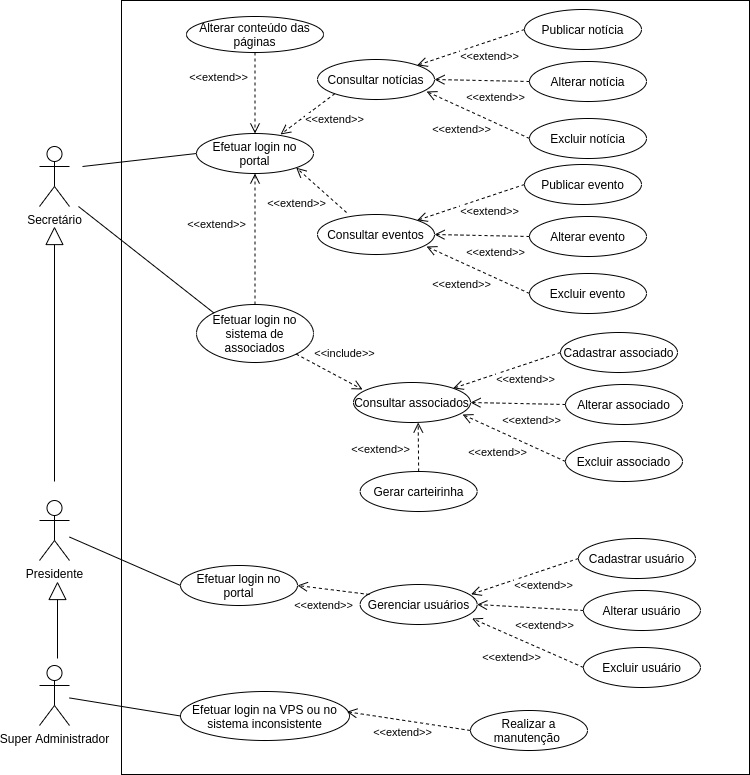
Above: figuras/use-case-2.png in guilhermeDTNA/tcc (draw.io), before the change. Source tidied: cells renumbered, new cells last; positions are measured from the earlier drawing's top-left corner, leaving out a move shared by most shapes.
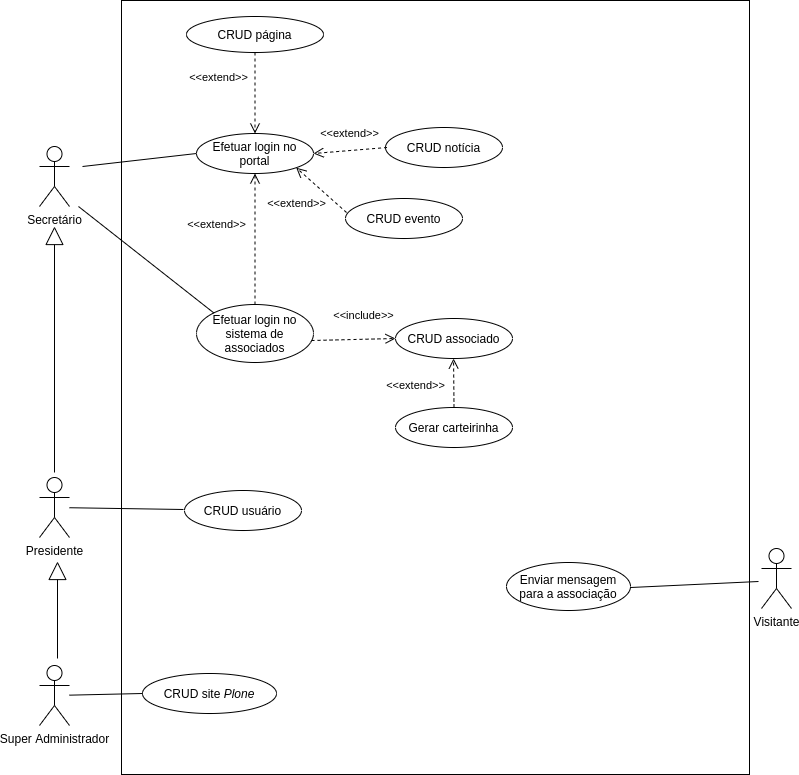
Above is the later version.

Commit message:
Concluindo os fluxos de eventos e atualizando o diagrama de casos de uso

The edit, as a diff of the source:
```diff
@@ -3,194 +3,109 @@
     <mxCell id="0" />
     <mxCell id="1" parent="0" />
     <mxCell id="2" style="html=1;" parent="1" vertex="1">
-      <mxGeometry x="82" width="628" height="774" as="geometry" />
+      <mxGeometry x="67" y="-5" width="628" height="774" as="geometry" />
     </mxCell>
     <mxCell id="3" value="Super Administrador" style="shape=umlActor;verticalLabelPosition=bottom;labelBackgroundColor=#ffffff;verticalAlign=top;html=1;" parent="1" vertex="1">
-      <mxGeometry y="665" width="30" height="60" as="geometry" />
+      <mxGeometry x="-15" y="660" width="30" height="60" as="geometry" />
     </mxCell>
     <mxCell id="4" value="Presidente" style="shape=umlActor;verticalLabelPosition=bottom;labelBackgroundColor=#ffffff;verticalAlign=top;html=1;" parent="1" vertex="1">
-      <mxGeometry y="500" width="30" height="60" as="geometry" />
+      <mxGeometry x="-15" y="472" width="30" height="60" as="geometry" />
     </mxCell>
     <mxCell id="5" value="Secretário" style="shape=umlActor;verticalLabelPosition=bottom;labelBackgroundColor=#ffffff;verticalAlign=top;html=1;" parent="1" vertex="1">
-      <mxGeometry y="146" width="30" height="60" as="geometry" />
+      <mxGeometry x="-15" y="141" width="30" height="60" as="geometry" />
     </mxCell>
     <mxCell id="6" style="endArrow=block;endSize=16;endFill=0;html=1;" parent="1" edge="1">
       <mxGeometry relative="1" as="geometry">
-        <mxPoint x="15" y="481" as="sourcePoint" />
-        <mxPoint x="15" y="226" as="targetPoint" />
+        <mxPoint y="467" as="sourcePoint" />
+        <mxPoint y="221" as="targetPoint" />
       </mxGeometry>
     </mxCell>
-    <mxCell id="7" value="Consultar notícias" style="ellipse;whiteSpace=wrap;html=1;" parent="1" vertex="1">
-      <mxGeometry x="278" y="59" width="117" height="40" as="geometry" />
+    <mxCell id="7" value="CRUD notícia" style="ellipse;whiteSpace=wrap;html=1;" parent="1" vertex="1">
+      <mxGeometry x="331" y="122" width="117" height="40" as="geometry" />
     </mxCell>
-    <mxCell id="8" value="Publicar notícia" style="ellipse;whiteSpace=wrap;html=1;" parent="1" vertex="1">
-      <mxGeometry x="485" y="9" width="117" height="40" as="geometry" />
-    </mxCell>
-    <mxCell id="9" value="Alterar notícia" style="ellipse;whiteSpace=wrap;html=1;" parent="1" vertex="1">
-      <mxGeometry x="490" y="61" width="117" height="40" as="geometry" />
-    </mxCell>
-    <mxCell id="10" value="Excluir notícia" style="ellipse;whiteSpace=wrap;html=1;" parent="1" vertex="1">
-      <mxGeometry x="490" y="118" width="117" height="40" as="geometry" />
-    </mxCell>
-    <mxCell id="11" value="&amp;lt;&amp;lt;extend&amp;gt;&amp;gt;" style="html=1;verticalAlign=bottom;endArrow=open;dashed=1;endSize=8;exitX=0;exitY=0.5;exitDx=0;exitDy=0;entryX=0.932;entryY=0.8;entryDx=0;entryDy=0;entryPerimeter=0;" parent="1" edge="1">
-      <mxGeometry x="0.09" y="28" relative="1" as="geometry">
-        <mxPoint x="490" y="138" as="sourcePoint" />
-        <mxPoint x="387" y="91" as="targetPoint" />
-      </mxGeometry>
-    </mxCell>
-    <mxCell id="12" value="&amp;lt;&amp;lt;extend&amp;gt;&amp;gt;" style="html=1;verticalAlign=bottom;endArrow=open;dashed=1;endSize=8;exitX=0;exitY=0.5;exitDx=0;exitDy=0;entryX=1;entryY=0.5;entryDx=0;entryDy=0;" parent="1" edge="1" source="9" target="7">
-      <mxGeometry x="-0.3" y="26" relative="1" as="geometry" />
-    </mxCell>
-    <mxCell id="13" value="&amp;lt;&amp;lt;extend&amp;gt;&amp;gt;" style="html=1;verticalAlign=bottom;endArrow=open;dashed=1;endSize=8;exitX=0;exitY=0.5;exitDx=0;exitDy=0;entryX=1;entryY=0;entryDx=0;entryDy=0;" parent="1" edge="1" source="8" target="7">
-      <mxGeometry x="-0.21" y="23" relative="1" as="geometry" />
-    </mxCell>
-    <mxCell id="14" value="Consultar&amp;nbsp;eventos" style="ellipse;whiteSpace=wrap;html=1;" parent="1" vertex="1">
-      <mxGeometry x="278" y="214" width="117" height="40" as="geometry" />
-    </mxCell>
-    <mxCell id="15" value="Publicar&amp;nbsp;evento" style="ellipse;whiteSpace=wrap;html=1;" parent="1" vertex="1">
-      <mxGeometry x="485" y="164" width="117" height="40" as="geometry" />
-    </mxCell>
-    <mxCell id="16" value="Alterar evento" style="ellipse;whiteSpace=wrap;html=1;" parent="1" vertex="1">
-      <mxGeometry x="490" y="216" width="117" height="40" as="geometry" />
+    <mxCell id="16" value="CRUD evento" style="ellipse;whiteSpace=wrap;html=1;" parent="1" vertex="1">
+      <mxGeometry x="291" y="193" width="117" height="40" as="geometry" />
     </mxCell>
-    <mxCell id="17" value="Excluir evento" style="ellipse;whiteSpace=wrap;html=1;" parent="1" vertex="1">
-      <mxGeometry x="490" y="273" width="117" height="40" as="geometry" />
-    </mxCell>
-    <mxCell id="18" value="&amp;lt;&amp;lt;extend&amp;gt;&amp;gt;" style="html=1;verticalAlign=bottom;endArrow=open;dashed=1;endSize=8;exitX=0;exitY=0.5;exitDx=0;exitDy=0;entryX=0.932;entryY=0.8;entryDx=0;entryDy=0;entryPerimeter=0;" parent="1" edge="1">
-      <mxGeometry x="0.09" y="28" relative="1" as="geometry">
-        <mxPoint x="490" y="293" as="sourcePoint" />
-        <mxPoint x="387" y="246" as="targetPoint" />
-      </mxGeometry>
-    </mxCell>
-    <mxCell id="19" value="&amp;lt;&amp;lt;extend&amp;gt;&amp;gt;" style="html=1;verticalAlign=bottom;endArrow=open;dashed=1;endSize=8;exitX=0;exitY=0.5;exitDx=0;exitDy=0;entryX=1;entryY=0.5;entryDx=0;entryDy=0;" parent="1" edge="1" source="16" target="14">
-      <mxGeometry x="-0.3" y="26" relative="1" as="geometry" />
-    </mxCell>
-    <mxCell id="20" value="&amp;lt;&amp;lt;extend&amp;gt;&amp;gt;" style="html=1;verticalAlign=bottom;endArrow=open;dashed=1;endSize=8;exitX=0;exitY=0.5;exitDx=0;exitDy=0;entryX=1;entryY=0;entryDx=0;entryDy=0;" parent="1" edge="1" source="15" target="14">
-      <mxGeometry x="-0.21" y="23" relative="1" as="geometry" />
-    </mxCell>
-    <mxCell id="21" value="Gerenciar usuários" style="ellipse;whiteSpace=wrap;html=1;" parent="1" vertex="1">
-      <mxGeometry x="320.6" y="584" width="117" height="40" as="geometry" />
-    </mxCell>
-    <mxCell id="22" value="Cadastrar usuário" style="ellipse;whiteSpace=wrap;html=1;" parent="1" vertex="1">
-      <mxGeometry x="539" y="538" width="117" height="40" as="geometry" />
-    </mxCell>
-    <mxCell id="23" value="Alterar usuário" style="ellipse;whiteSpace=wrap;html=1;" parent="1" vertex="1">
-      <mxGeometry x="544" y="590" width="117" height="40" as="geometry" />
+    <mxCell id="23" value="CRUD usuário" style="ellipse;whiteSpace=wrap;html=1;" parent="1" vertex="1">
+      <mxGeometry x="130" y="485" width="117" height="40" as="geometry" />
     </mxCell>
-    <mxCell id="24" value="Excluir usuário" style="ellipse;whiteSpace=wrap;html=1;" parent="1" vertex="1">
-      <mxGeometry x="544" y="647" width="117" height="40" as="geometry" />
-    </mxCell>
-    <mxCell id="25" value="&amp;lt;&amp;lt;extend&amp;gt;&amp;gt;" style="html=1;verticalAlign=bottom;endArrow=open;dashed=1;endSize=8;exitX=0;exitY=0.5;exitDx=0;exitDy=0;entryX=0.957;entryY=0.85;entryDx=0;entryDy=0;entryPerimeter=0;" parent="1" edge="1" target="21">
-      <mxGeometry x="0.09" y="28" relative="1" as="geometry">
-        <mxPoint x="544" y="667" as="sourcePoint" />
-      </mxGeometry>
-    </mxCell>
-    <mxCell id="26" value="&amp;lt;&amp;lt;extend&amp;gt;&amp;gt;" style="html=1;verticalAlign=bottom;endArrow=open;dashed=1;endSize=8;exitX=0;exitY=0.5;exitDx=0;exitDy=0;entryX=1;entryY=0.5;entryDx=0;entryDy=0;" parent="1" edge="1" source="23" target="21">
-      <mxGeometry x="-0.3" y="26" relative="1" as="geometry" />
-    </mxCell>
-    <mxCell id="27" value="&amp;lt;&amp;lt;extend&amp;gt;&amp;gt;" style="html=1;verticalAlign=bottom;endArrow=open;dashed=1;endSize=8;exitX=0;exitY=0.5;exitDx=0;exitDy=0;entryX=1;entryY=0;entryDx=0;entryDy=0;" parent="1" edge="1" source="22">
-      <mxGeometry x="-0.21" y="23" relative="1" as="geometry">
-        <mxPoint x="431.6" y="593.8" as="targetPoint" />
-      </mxGeometry>
-    </mxCell>
-    <mxCell id="28" value="Consultar associados" style="ellipse;whiteSpace=wrap;html=1;" parent="1" vertex="1">
-      <mxGeometry x="314" y="382" width="117" height="40" as="geometry" />
-    </mxCell>
-    <mxCell id="29" value="Cadastrar associado" style="ellipse;whiteSpace=wrap;html=1;" parent="1" vertex="1">
-      <mxGeometry x="521" y="332" width="117" height="40" as="geometry" />
-    </mxCell>
-    <mxCell id="30" value="Alterar associado" style="ellipse;whiteSpace=wrap;html=1;" parent="1" vertex="1">
-      <mxGeometry x="526" y="384" width="117" height="40" as="geometry" />
+    <mxCell id="30" value="CRUD associado" style="ellipse;whiteSpace=wrap;html=1;" parent="1" vertex="1">
+      <mxGeometry x="341" y="313" width="117" height="40" as="geometry" />
     </mxCell>
-    <mxCell id="31" value="Excluir associado" style="ellipse;whiteSpace=wrap;html=1;" parent="1" vertex="1">
-      <mxGeometry x="526" y="441" width="117" height="40" as="geometry" />
-    </mxCell>
-    <mxCell id="32" value="&amp;lt;&amp;lt;extend&amp;gt;&amp;gt;" style="html=1;verticalAlign=bottom;endArrow=open;dashed=1;endSize=8;exitX=0;exitY=0.5;exitDx=0;exitDy=0;entryX=0.932;entryY=0.8;entryDx=0;entryDy=0;entryPerimeter=0;" parent="1" edge="1">
-      <mxGeometry x="0.09" y="28" relative="1" as="geometry">
-        <mxPoint x="526" y="461" as="sourcePoint" />
-        <mxPoint x="423" y="414" as="targetPoint" />
-      </mxGeometry>
-    </mxCell>
-    <mxCell id="33" value="&amp;lt;&amp;lt;extend&amp;gt;&amp;gt;" style="html=1;verticalAlign=bottom;endArrow=open;dashed=1;endSize=8;exitX=0;exitY=0.5;exitDx=0;exitDy=0;entryX=1;entryY=0.5;entryDx=0;entryDy=0;" parent="1" edge="1" source="30" target="28">
-      <mxGeometry x="-0.3" y="26" relative="1" as="geometry" />
-    </mxCell>
-    <mxCell id="34" value="&amp;lt;&amp;lt;extend&amp;gt;&amp;gt;" style="html=1;verticalAlign=bottom;endArrow=open;dashed=1;endSize=8;exitX=0;exitY=0.5;exitDx=0;exitDy=0;entryX=1;entryY=0;entryDx=0;entryDy=0;" parent="1" edge="1" source="29" target="28">
-      <mxGeometry x="-0.21" y="23" relative="1" as="geometry" />
-    </mxCell>
     <mxCell id="35" value="Gerar carteirinha" style="ellipse;whiteSpace=wrap;html=1;" parent="1" vertex="1">
-      <mxGeometry x="320.6" y="471" width="117" height="40" as="geometry" />
+      <mxGeometry x="341" y="402" width="117" height="40" as="geometry" />
     </mxCell>
     <mxCell id="36" value="&amp;lt;&amp;lt;extend&amp;gt;&amp;gt;" style="html=1;verticalAlign=bottom;endArrow=open;dashed=1;endSize=8;exitX=0.5;exitY=0;exitDx=0;exitDy=0;" parent="1" edge="1" source="35">
       <mxGeometry x="-0.45" y="38" relative="1" as="geometry">
-        <mxPoint x="378.7" y="422" as="targetPoint" />
+        <mxPoint x="399" y="353" as="targetPoint" />
       </mxGeometry>
     </mxCell>
-    <mxCell id="37" value="Realizar a manutenção&amp;nbsp;" style="ellipse;whiteSpace=wrap;html=1;" parent="1" vertex="1">
-      <mxGeometry x="431" y="710" width="117" height="40" as="geometry" />
-    </mxCell>
     <mxCell id="38" value="Efetuar login no portal" style="ellipse;whiteSpace=wrap;html=1;" parent="1" vertex="1">
-      <mxGeometry x="157" y="133" width="117" height="40" as="geometry" />
+      <mxGeometry x="142" y="128" width="117" height="40" as="geometry" />
     </mxCell>
     <mxCell id="39" value="Efetuar login no sistema de associados" style="ellipse;whiteSpace=wrap;html=1;" parent="1" vertex="1">
-      <mxGeometry x="157" y="304" width="117" height="58" as="geometry" />
+      <mxGeometry x="142" y="299" width="117" height="58" as="geometry" />
     </mxCell>
-    <mxCell id="40" value="&amp;lt;&amp;lt;extend&amp;gt;&amp;gt;" style="html=1;verticalAlign=bottom;endArrow=open;dashed=1;endSize=8;exitX=0;exitY=1;exitDx=0;exitDy=0;entryX=0.718;entryY=0.025;entryDx=0;entryDy=0;entryPerimeter=0;" parent="1" edge="1" source="7" target="38">
-      <mxGeometry x="-0.38" y="28" relative="1" as="geometry" />
+    <mxCell id="40" value="&amp;lt;&amp;lt;extend&amp;gt;&amp;gt;" style="html=1;verticalAlign=bottom;endArrow=open;dashed=1;endSize=8;exitX=0.013;exitY=0.5;exitDx=0;exitDy=0;entryX=1;entryY=0.5;entryDx=0;entryDy=0;exitPerimeter=0;" parent="1" edge="1" source="7" target="38">
+      <mxGeometry x="0.01" y="-8" relative="1" as="geometry" />
     </mxCell>
-    <mxCell id="41" value="&amp;lt;&amp;lt;extend&amp;gt;&amp;gt;" style="html=1;verticalAlign=bottom;endArrow=open;dashed=1;endSize=8;exitX=0.248;exitY=-0.05;exitDx=0;exitDy=0;entryX=1;entryY=1;entryDx=0;entryDy=0;exitPerimeter=0;" parent="1" edge="1" source="14" target="38">
+    <mxCell id="41" value="&amp;lt;&amp;lt;extend&amp;gt;&amp;gt;" style="html=1;verticalAlign=bottom;endArrow=open;dashed=1;endSize=8;exitX=0.248;exitY=-0.05;exitDx=0;exitDy=0;entryX=1;entryY=1;entryDx=0;entryDy=0;exitPerimeter=0;" parent="1" edge="1" target="38">
       <mxGeometry x="0.12" y="33" relative="1" as="geometry">
+        <mxPoint x="292" y="207" as="sourcePoint" />
         <mxPoint y="1" as="offset" />
       </mxGeometry>
     </mxCell>
-    <mxCell id="42" value="Efetuar login no portal" style="ellipse;whiteSpace=wrap;html=1;" parent="1" vertex="1">
-      <mxGeometry x="141" y="565" width="117" height="40" as="geometry" />
-    </mxCell>
-    <mxCell id="43" value="&amp;lt;&amp;lt;extend&amp;gt;&amp;gt;" style="html=1;verticalAlign=bottom;endArrow=open;dashed=1;endSize=8;exitX=0.08;exitY=0.25;exitDx=0;exitDy=0;entryX=1;entryY=0.5;entryDx=0;entryDy=0;exitPerimeter=0;" parent="1" edge="1" source="21" target="42">
-      <mxGeometry x="0.18" y="26" relative="1" as="geometry" />
-    </mxCell>
-    <mxCell id="44" value="Efetuar login na VPS ou no sistema inconsistente" style="ellipse;whiteSpace=wrap;html=1;" parent="1" vertex="1">
-      <mxGeometry x="141" y="691" width="169" height="49" as="geometry" />
+    <mxCell id="44" value="CRUD site&amp;nbsp;&lt;i&gt;Plone&lt;/i&gt;" style="ellipse;whiteSpace=wrap;html=1;" parent="1" vertex="1">
+      <mxGeometry x="88" y="668" width="134" height="40" as="geometry" />
     </mxCell>
-    <mxCell id="45" value="&amp;lt;&amp;lt;extend&amp;gt;&amp;gt;" style="html=1;verticalAlign=bottom;endArrow=open;dashed=1;endSize=8;exitX=0;exitY=0.5;exitDx=0;exitDy=0;entryX=0.985;entryY=0.413;entryDx=0;entryDy=0;entryPerimeter=0;" parent="1" edge="1" source="37" target="44">
-      <mxGeometry x="0.06" y="21" relative="1" as="geometry" />
-    </mxCell>
     <mxCell id="46" style="endArrow=none;html=1;entryX=0;entryY=0;entryDx=0;entryDy=0;" parent="1" edge="1" target="39">
       <mxGeometry relative="1" as="geometry">
-        <mxPoint x="39" y="206" as="sourcePoint" />
+        <mxPoint x="24" y="201" as="sourcePoint" />
       </mxGeometry>
     </mxCell>
     <mxCell id="47" style="endArrow=none;html=1;entryX=0;entryY=0.5;entryDx=0;entryDy=0;" parent="1" edge="1" target="38">
       <mxGeometry relative="1" as="geometry">
-        <mxPoint x="43" y="166" as="sourcePoint" />
+        <mxPoint x="28" y="161" as="sourcePoint" />
       </mxGeometry>
     </mxCell>
-    <mxCell id="48" style="endArrow=none;html=1;entryX=0;entryY=0.5;entryDx=0;entryDy=0;" parent="1" edge="1" source="4" target="42">
-      <mxGeometry relative="1" as="geometry" />
+    <mxCell id="48" style="endArrow=none;html=1;entryX=0;entryY=0.5;entryDx=0;entryDy=0;" parent="1" edge="1" source="4">
+      <mxGeometry relative="1" as="geometry">
+        <mxPoint x="129" y="504" as="targetPoint" />
+      </mxGeometry>
     </mxCell>
     <mxCell id="49" style="endArrow=block;endSize=16;endFill=0;html=1;" parent="1" edge="1">
       <mxGeometry relative="1" as="geometry">
-        <mxPoint x="18" y="658" as="sourcePoint" />
-        <mxPoint x="18" y="581" as="targetPoint" />
+        <mxPoint x="3" y="653" as="sourcePoint" />
+        <mxPoint x="3" y="556" as="targetPoint" />
       </mxGeometry>
     </mxCell>
     <mxCell id="50" style="endArrow=none;html=1;entryX=0;entryY=0.5;entryDx=0;entryDy=0;" parent="1" edge="1" source="3" target="44">
       <mxGeometry relative="1" as="geometry" />
     </mxCell>
-    <mxCell id="51" value="Alterar conteúdo das páginas" style="ellipse;whiteSpace=wrap;html=1;" parent="1" vertex="1">
-      <mxGeometry x="147" y="16" width="137" height="36" as="geometry" />
+    <mxCell id="51" value="CRUD página" style="ellipse;whiteSpace=wrap;html=1;" parent="1" vertex="1">
+      <mxGeometry x="132" y="11" width="137" height="36" as="geometry" />
     </mxCell>
     <mxCell id="52" value="&amp;lt;&amp;lt;extend&amp;gt;&amp;gt;" style="html=1;verticalAlign=bottom;endArrow=open;dashed=1;endSize=8;exitX=0.5;exitY=1;exitDx=0;exitDy=0;" parent="1" edge="1" source="51" target="38">
       <mxGeometry x="-0.16" y="-37" relative="1" as="geometry" />
     </mxCell>
-    <mxCell id="53" value="&amp;lt;&amp;lt;include&amp;gt;&amp;gt;" style="html=1;verticalAlign=bottom;endArrow=open;dashed=1;endSize=8;exitX=1;exitY=1;exitDx=0;exitDy=0;" parent="1" edge="1" source="39">
-      <mxGeometry x="0.24" y="15" relative="1" as="geometry">
-        <mxPoint x="323" y="389" as="targetPoint" />
-      </mxGeometry>
+    <mxCell id="53" value="&amp;lt;&amp;lt;include&amp;gt;&amp;gt;" style="html=1;verticalAlign=bottom;endArrow=open;dashed=1;endSize=8;exitX=0.983;exitY=0.621;exitDx=0;exitDy=0;entryX=0;entryY=0.5;entryDx=0;entryDy=0;exitPerimeter=0;" parent="1" edge="1" source="39" target="30">
+      <mxGeometry x="0.24" y="15" relative="1" as="geometry" />
     </mxCell>
     <mxCell id="54" value="&amp;lt;&amp;lt;extend&amp;gt;&amp;gt;" style="html=1;verticalAlign=bottom;endArrow=open;dashed=1;endSize=8;exitX=0.5;exitY=0;exitDx=0;exitDy=0;entryX=0.5;entryY=1;entryDx=0;entryDy=0;" parent="1" edge="1" source="39" target="38">
       <mxGeometry x="0.08" y="40" relative="1" as="geometry">
         <mxPoint x="1" as="offset" />
       </mxGeometry>
     </mxCell>
+    <mxCell id="55" value="Visitante" style="shape=umlActor;verticalLabelPosition=bottom;labelBackgroundColor=#ffffff;verticalAlign=top;html=1;" parent="1" vertex="1">
+      <mxGeometry x="707" y="543" width="30" height="60" as="geometry" />
+    </mxCell>
+    <mxCell id="56" value="Enviar mensagem para a associação" style="ellipse;whiteSpace=wrap;html=1;" parent="1" vertex="1">
+      <mxGeometry x="452" y="557" width="124" height="48" as="geometry" />
+    </mxCell>
+    <mxCell id="57" style="endArrow=none;html=1;entryX=1;entryY=0.521;entryDx=0;entryDy=0;entryPerimeter=0;" parent="1" edge="1" target="56">
+      <mxGeometry relative="1" as="geometry">
+        <mxPoint x="704" y="576" as="sourcePoint" />
+      </mxGeometry>
+    </mxCell>
   </root>
 </mxGraphModel>
```
